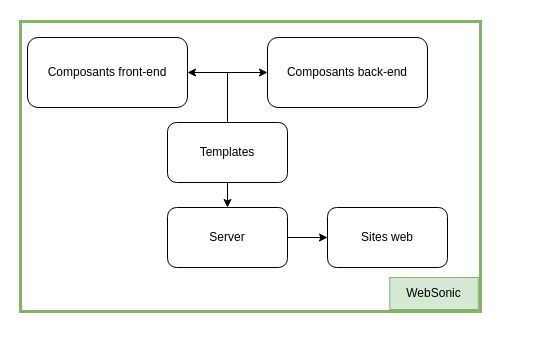
This is WebSonic architecture base applicative.drawio from cjour/audit_logistics, a draw.io file, before an edit. Source tidied: cells renumbered, new cells numbered last; positions are measured from the earlier drawing's top-left corner, leaving out a move shared by most shapes. Both pictures are drawn from the tidied source at 100%, with x=0, y=0 at pixel (17, 17).
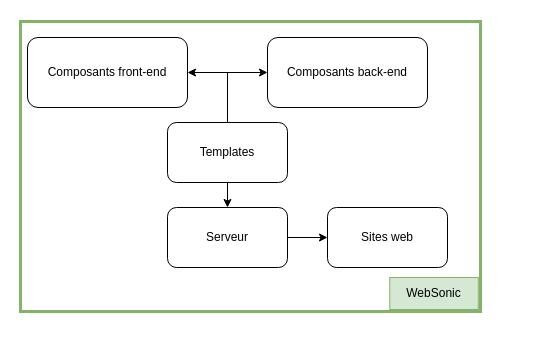
The same diagram, later.

Commit message (it also covers changes not shown here):
Mettre à jour WebSonic architecture base applicative.drawio

Diff of the diagram source:
```diff
@@
 <mxGraphModel>
   <root>
     <mxCell id="0" />
     <mxCell id="1" parent="0" />
     <mxCell id="2" style="group;" parent="1" vertex="1">
       <mxGeometry width="507.2" height="320" as="geometry" />
     </mxCell>
     <mxCell id="3" style="rounded=0;whiteSpace=wrap;html=1;fillColor=none;strokeColor=#82b366;strokeWidth=3;" parent="2" vertex="1">
       <mxGeometry x="3" y="4" width="460" height="290" as="geometry" />
     </mxCell>
     <mxCell id="4" value="WebSonic" style="rounded=0;whiteSpace=wrap;html=1;fillColor=#d5e8d4;strokeColor=#82b366;" parent="2" vertex="1">
       <mxGeometry x="372.3" y="260" width="88.5" height="32" as="geometry" />
     </mxCell>
     <mxCell id="5" value="Sites web" style="rounded=1;whiteSpace=wrap;html=1;" parent="2" vertex="1">
       <mxGeometry x="310" y="190" width="120" height="60" as="geometry" />
     </mxCell>
-    <mxCell id="6" value="Server" style="rounded=1;whiteSpace=wrap;html=1;" parent="2" vertex="1">
+    <mxCell id="6" value="Serveur" style="rounded=1;whiteSpace=wrap;html=1;" parent="2" vertex="1">
       <mxGeometry x="150" y="190" width="120" height="60" as="geometry" />
     </mxCell>
     <mxCell id="7" value="Composants front-end" style="rounded=1;whiteSpace=wrap;html=1;" parent="2" vertex="1">
       <mxGeometry x="10" y="20" width="160" height="70" as="geometry" />
     </mxCell>
     <mxCell id="8" value="Composants back-end" style="rounded=1;whiteSpace=wrap;html=1;" parent="2" vertex="1">
       <mxGeometry x="250" y="20" width="160" height="70" as="geometry" />
     </mxCell>
     <mxCell id="9" style="group;" parent="2" vertex="1">
       <mxGeometry x="210" y="55" height="50" as="geometry" />
     </mxCell>
     <mxCell id="10" style="endArrow=none;html=1;rounded=0;" parent="9" edge="1">
       <mxGeometry relative="1" as="geometry">
         <mxPoint y="50" as="sourcePoint" />
         <mxPoint as="targetPoint" />
       </mxGeometry>
     </mxCell>
     <mxCell id="11" value="Templates" style="rounded=1;whiteSpace=wrap;html=1;" parent="2" vertex="1">
       <mxGeometry x="150" y="105" width="120" height="60" as="geometry" />
     </mxCell>
     <mxCell id="12" style="endArrow=classic;startArrow=classic;html=1;rounded=0;exitX=1;exitY=0.5;exitDx=0;exitDy=0;entryX=0;entryY=0.5;entryDx=0;entryDy=0;" parent="2" edge="1" source="7" target="8">
       <mxGeometry relative="1" as="geometry" />
     </mxCell>
     <mxCell id="13" style="endArrow=classic;html=1;rounded=0;exitX=1;exitY=0.5;exitDx=0;exitDy=0;entryX=0;entryY=0.5;entryDx=0;entryDy=0;" parent="2" edge="1" source="6" target="5">
       <mxGeometry relative="1" as="geometry" />
     </mxCell>
     <mxCell id="14" style="endArrow=classic;html=1;rounded=0;exitX=0.5;exitY=1;exitDx=0;exitDy=0;" parent="1" edge="1" source="11">
       <mxGeometry relative="1" as="geometry">
         <mxPoint x="210" y="190" as="targetPoint" />
       </mxGeometry>
     </mxCell>
   </root>
 </mxGraphModel>
```
